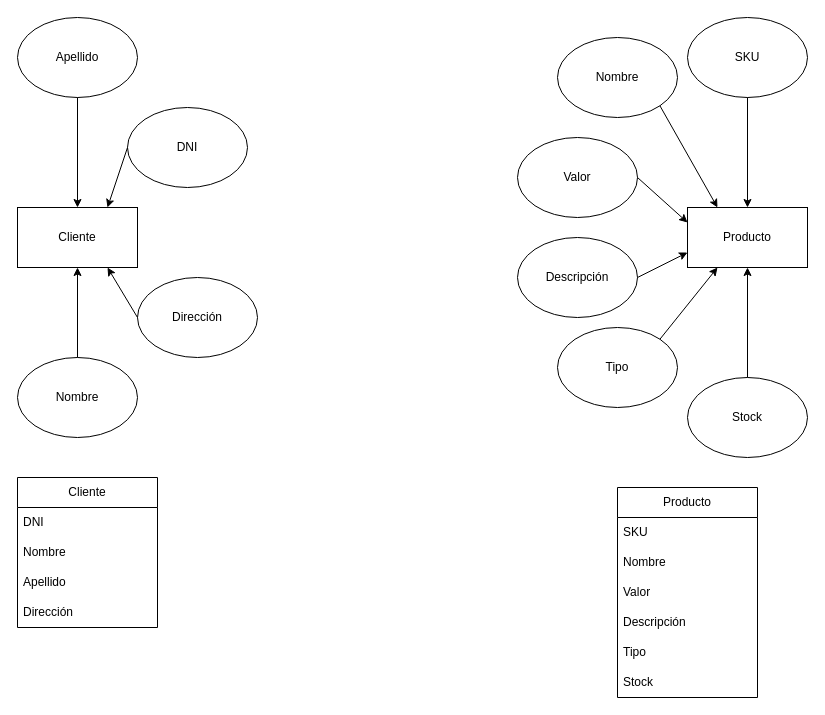
Earlier version of the draw.io diagram Ejercicio Diagramación BD 1.drawio (adolfoalvar3z/BBDD_bootcamp-rails). Source tidied: cells renumbered, new cells numbered last; positions are measured from the earlier drawing's top-left corner, leaving out a move shared by most shapes. Both pictures are drawn from the tidied source at 100%, with x=0, y=0 at pixel (17, 17).
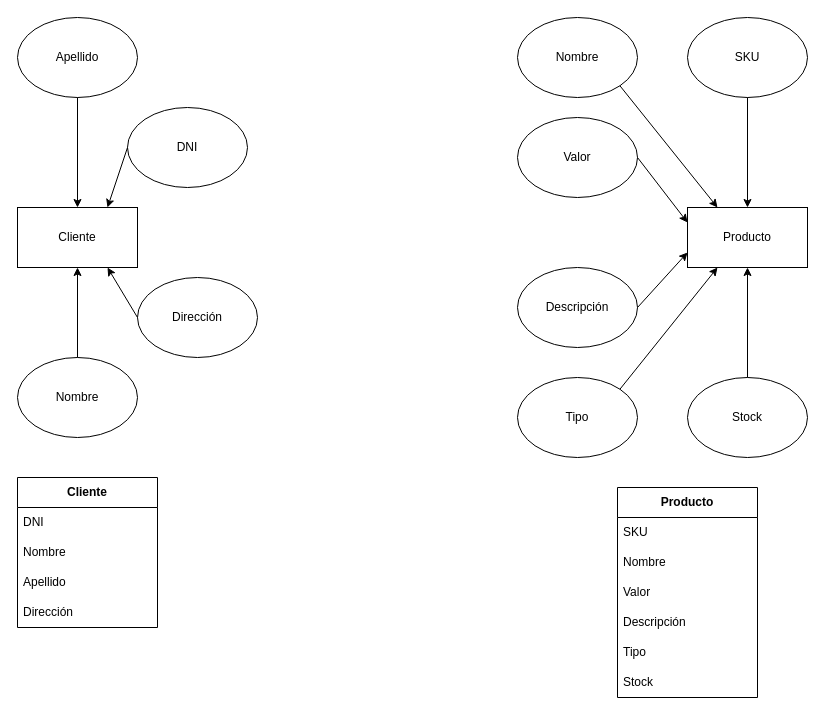
Above is the later version.

What changed in the source:
```diff
@@
     <mxCell id="8" value="Descripción" style="ellipse;whiteSpace=wrap;html=1;" parent="1" vertex="1">
-      <mxGeometry x="500" y="220" width="120" height="80" as="geometry" />
+      <mxGeometry x="500" y="250" width="120" height="80" as="geometry" />
     </mxCell>
     <mxCell id="9" value="Valor" style="ellipse;whiteSpace=wrap;html=1;" parent="1" vertex="1">
-      <mxGeometry x="500" y="120" width="120" height="80" as="geometry" />
+      <mxGeometry x="500" y="100" width="120" height="80" as="geometry" />
     </mxCell>
     <mxCell id="10" value="Nombre" style="ellipse;whiteSpace=wrap;html=1;" parent="1" vertex="1">
-      <mxGeometry x="540" y="20" width="120" height="80" as="geometry" />
+      <mxGeometry x="500" width="120" height="80" as="geometry" />
     </mxCell>
     <mxCell id="11" value="Tipo" style="ellipse;whiteSpace=wrap;html=1;" parent="1" vertex="1">
-      <mxGeometry x="540" y="310" width="120" height="80" as="geometry" />
+      <mxGeometry x="500" y="360" width="120" height="80" as="geometry" />
     </mxCell>
@@
-    <mxCell id="15" value="Cliente" style="swimlane;fontStyle=0;horizontal=1;startSize=30;whiteSpace=wrap;html=1;enumerate=0;" parent="1" vertex="1">
+    <mxCell id="15" value="Cliente" style="swimlane;fontStyle=1;horizontal=1;startSize=30;whiteSpace=wrap;html=1;enumerate=0;" parent="1" vertex="1">
       <mxGeometry y="460" width="140" height="150" as="geometry" />
     </mxCell>
@@
-    <mxCell id="29" value="Producto" style="swimlane;fontStyle=0;horizontal=1;startSize=30;whiteSpace=wrap;html=1;" parent="1" vertex="1">
+    <mxCell id="29" value="&lt;b&gt;Producto&lt;/b&gt;" style="swimlane;fontStyle=0;horizontal=1;startSize=30;whiteSpace=wrap;html=1;" parent="1" vertex="1">
       <mxGeometry x="600" y="470" width="140" height="210" as="geometry" />
     </mxCell>
```
